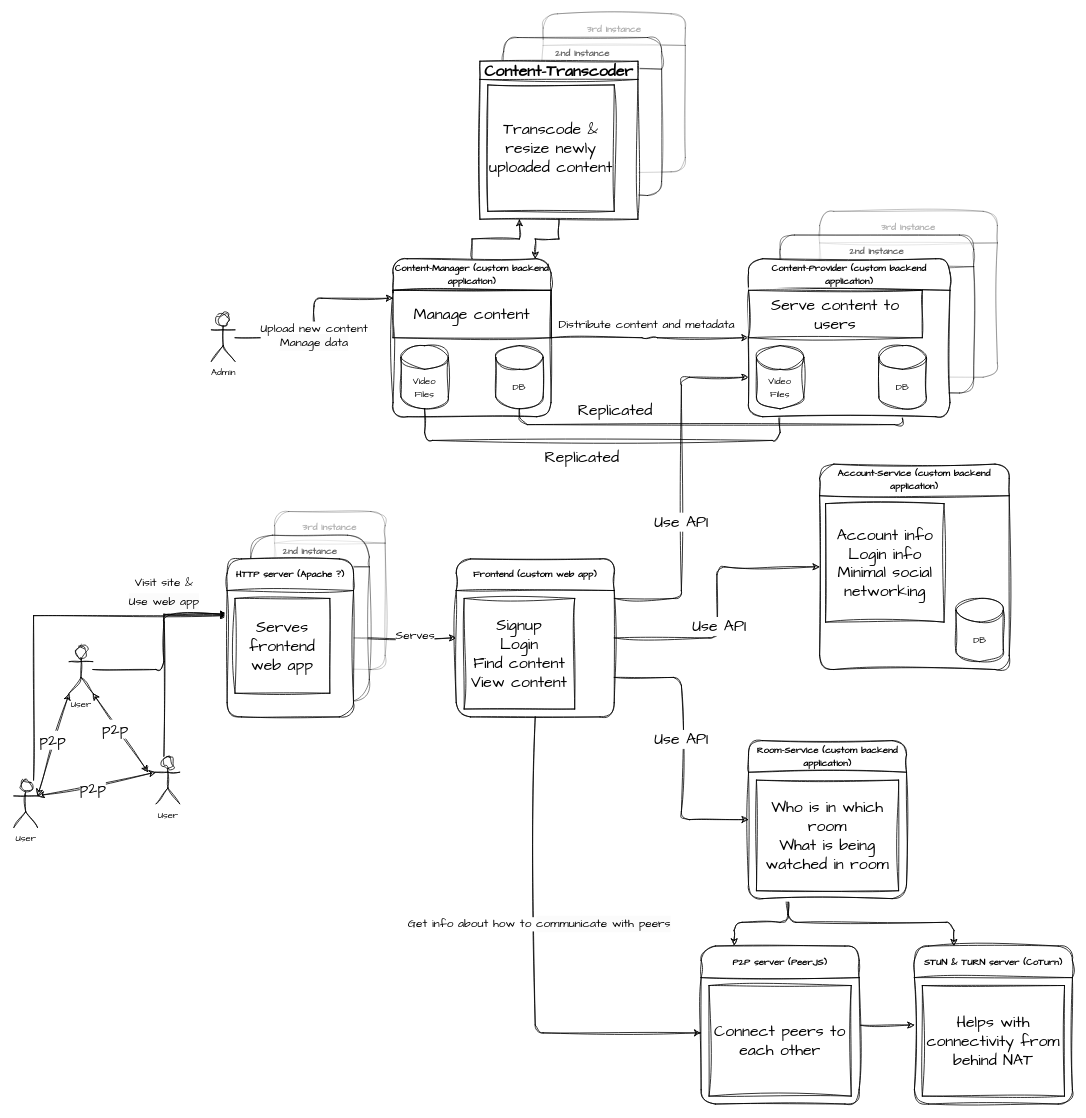
Above: flmnchll-architecture.drawio in LassiHeikkila/distributed-systems-project (draw.io), before the change. Source tidied: cells renumbered, new cells numbered last; positions are measured from the earlier drawing's top-left corner, leaving out a move shared by most shapes. Both pictures are drawn from the tidied source at 79%, with x=0, y=0 at pixel (13, 13).
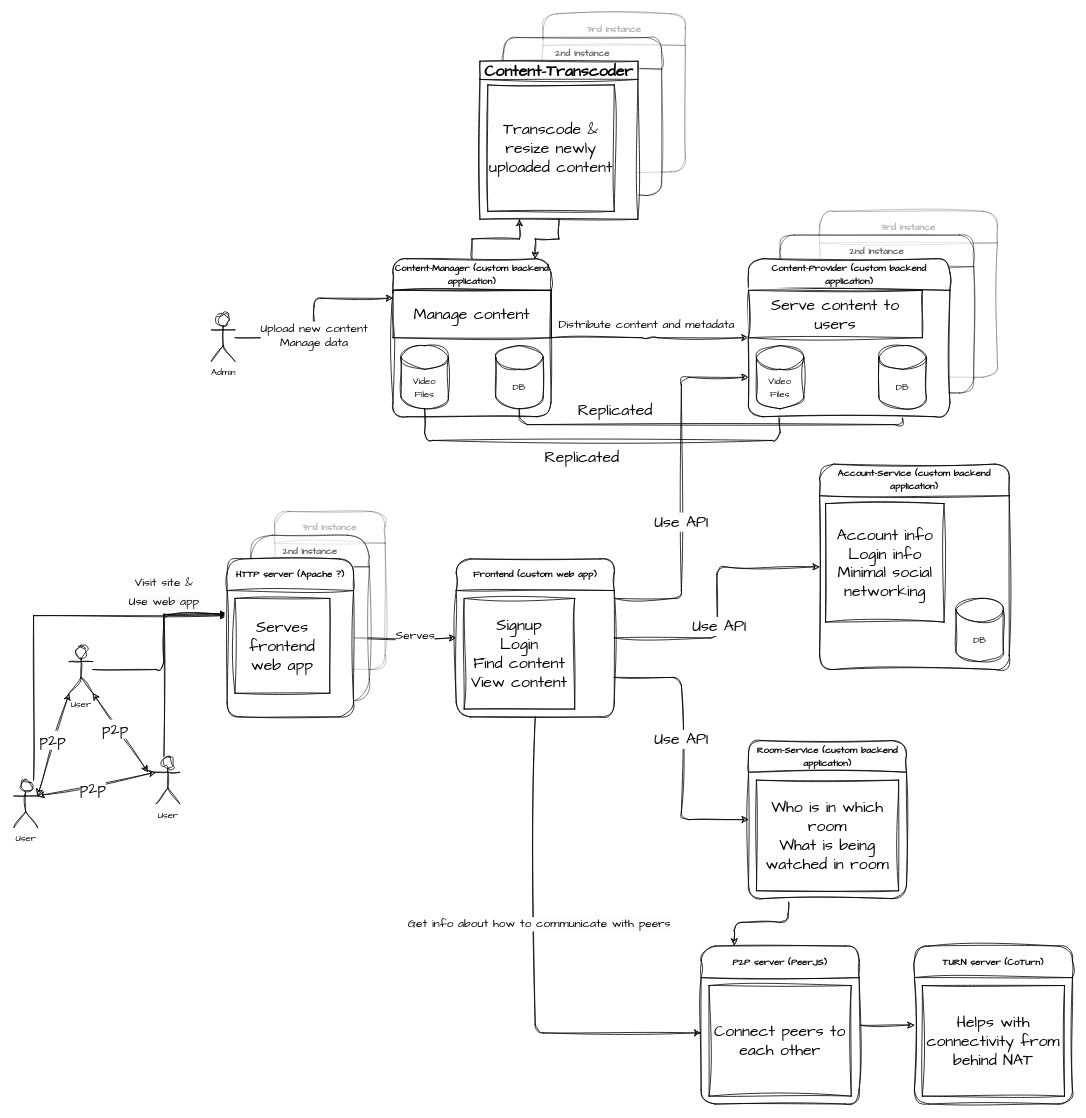
Above is the later version.

The change refers to these unchanged cells:
```xml
<mxCell id="7" value="&lt;font face=&quot;Architects Daughter&quot;&gt;Room-Service (custom backend application)&lt;/font&gt;" style="swimlane;whiteSpace=wrap;html=1;fillStyle=solid;swimlaneFillColor=default;startSize=40;sketch=1;curveFitting=1;jiggle=2;rounded=1;labelBackgroundColor=none;" parent="1" vertex="1">
  <mxGeometry x="930" y="920" width="200" height="200" as="geometry" />
</mxCell>
```

The edit, as a diff of the source:
```diff
@@
-    <mxCell id="5" style="edgeStyle=orthogonalEdgeStyle;rounded=1;jettySize=auto;html=1;exitX=0.25;exitY=1;exitDx=0;exitDy=0;entryX=0.25;entryY=0;entryDx=0;entryDy=0;sketch=1;curveFitting=1;jiggle=2;labelBackgroundColor=none;fontColor=default;" parent="1" edge="1" source="7" target="9">
-      <mxGeometry relative="1" as="geometry" />
-    </mxCell>
@@
-    <mxCell id="9" value="&lt;font face=&quot;Architects Daughter&quot;&gt;STUN &amp;amp; TURN server (CoTurn)&lt;/font&gt;" style="swimlane;whiteSpace=wrap;html=1;fillStyle=solid;swimlaneFillColor=default;startSize=40;sketch=1;curveFitting=1;jiggle=2;rounded=1;labelBackgroundColor=none;" parent="1" vertex="1">
+    <mxCell id="9" value="&lt;font face=&quot;Architects Daughter&quot;&gt;TURN server (CoTurn)&lt;/font&gt;" style="swimlane;whiteSpace=wrap;html=1;fillStyle=solid;swimlaneFillColor=default;startSize=40;sketch=1;curveFitting=1;jiggle=2;rounded=1;labelBackgroundColor=none;" parent="1" vertex="1">
       <mxGeometry x="1140" y="1180" width="200" height="200" as="geometry" />
     </mxCell>
```
